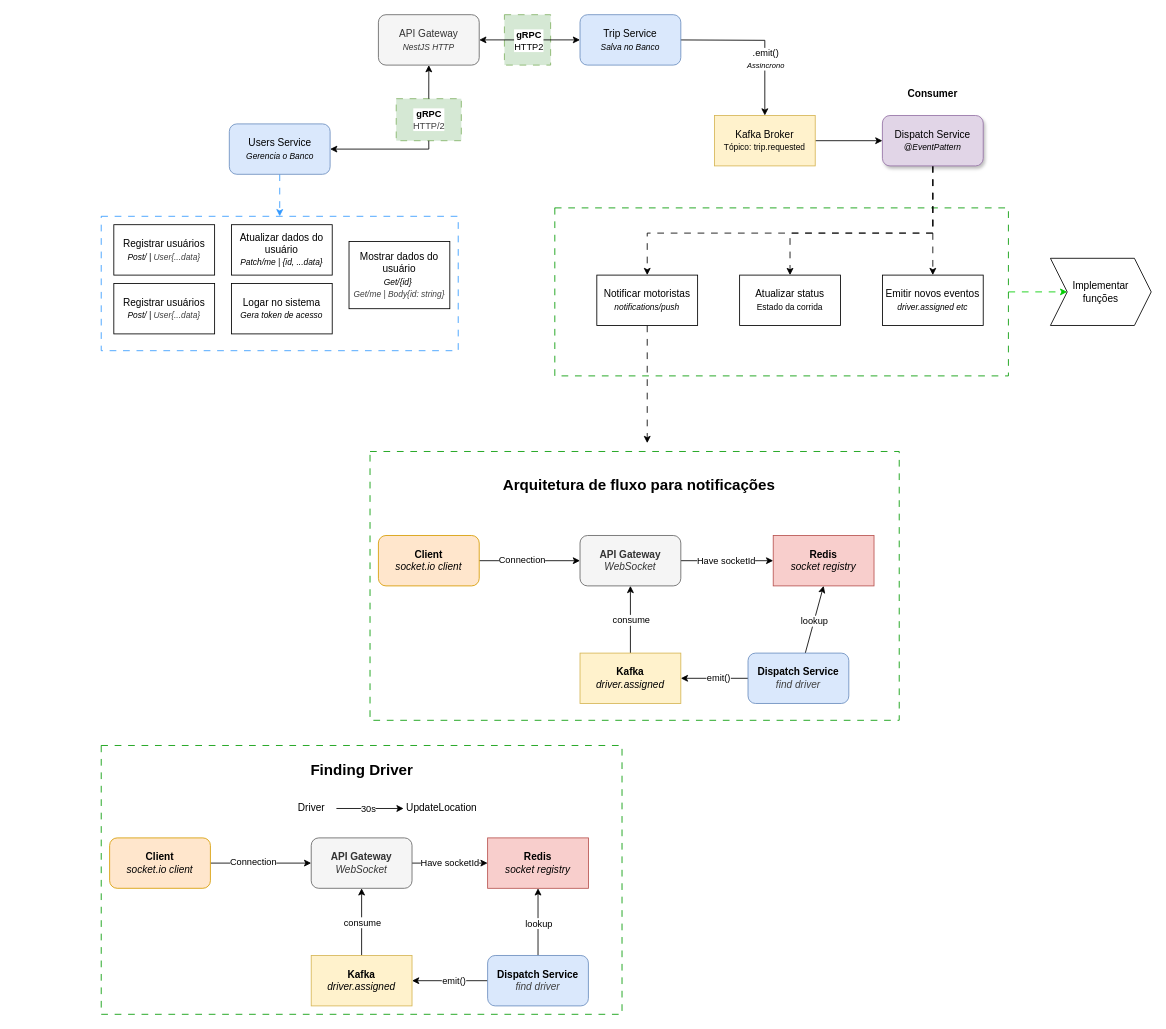
Earlier version of the draw.io diagram trip.requested.drawio (MathVans/Uber_Microsservices). Source tidied: cells renumbered, new cells numbered last; positions are measured from the earlier drawing's top-left corner, leaving out a move shared by most shapes. Both pictures are drawn from the tidied source at 84%, with x=0, y=0 at pixel (101, 14).
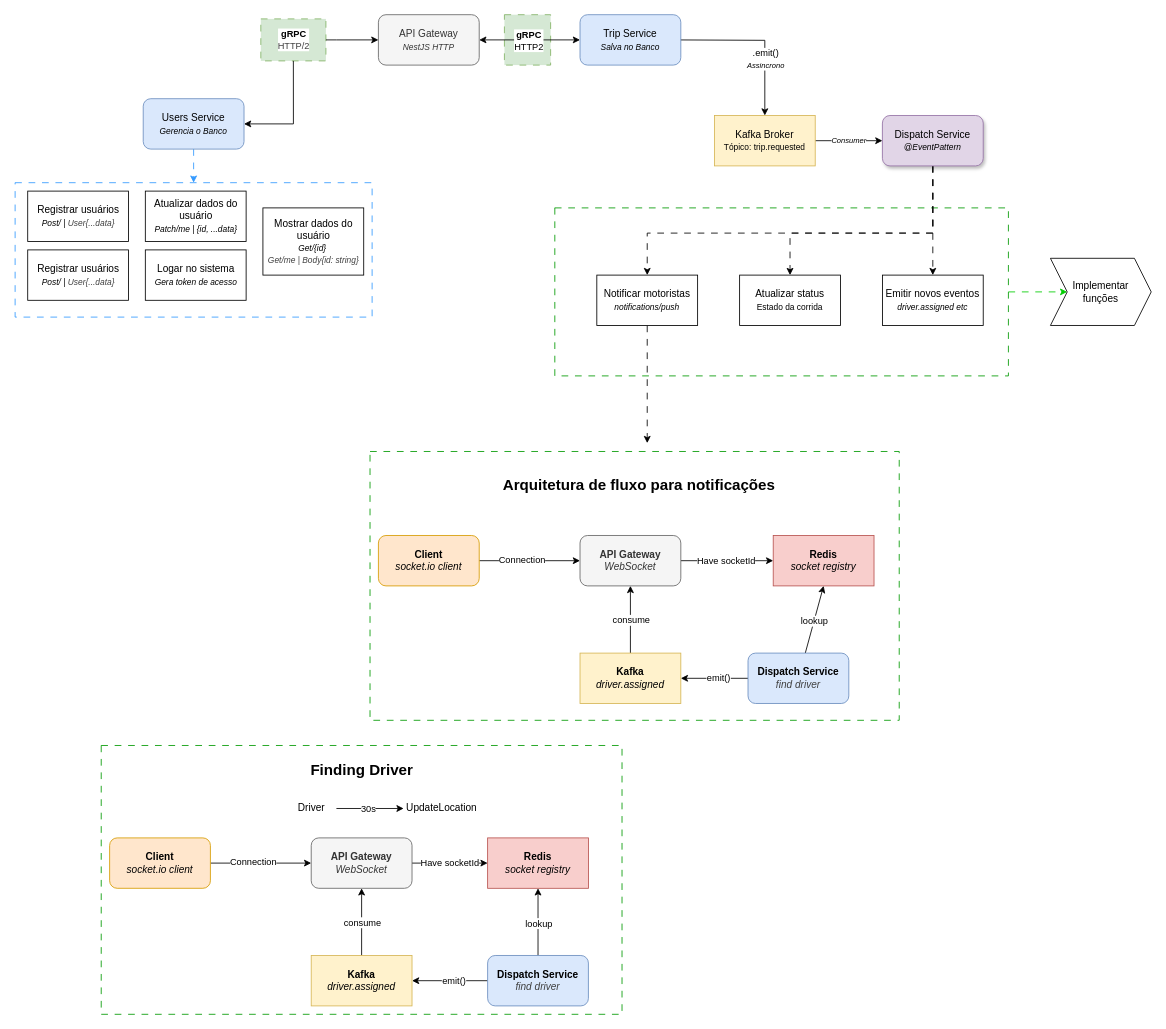
Above is the later version.

Unchanged cells that the change refers to:
```xml
<mxCell id="8" value="API Gateway&lt;div&gt;&lt;i&gt;&lt;font style=&quot;font-size: 10px;&quot;&gt;NestJS HTTP&lt;/font&gt;&lt;/i&gt;&lt;/div&gt;" style="rounded=1;whiteSpace=wrap;html=1;fillColor=#f5f5f5;fontColor=#333333;strokeColor=#666666;" parent="1" vertex="1">
  <mxGeometry x="330" width="120" height="60" as="geometry" />
</mxCell>
<mxCell id="9" style="edgeStyle=orthogonalEdgeStyle;rounded=0;jettySize=auto;html=1;entryX=0;entryY=0.5;entryDx=0;entryDy=0;" parent="1" edge="1" source="10" target="17">
  <mxGeometry relative="1" as="geometry" />
</mxCell>
```

What changed in the source:
```diff
@@
     <mxCell id="2" style="rounded=0;whiteSpace=wrap;html=1;fillColor=#d5e8d4;dashed=1;dashPattern=8 8;shadow=0;glass=0;perimeterSpacing=0;strokeColor=#82b366;" parent="1" vertex="1">
-      <mxGeometry x="351.2" y="100" width="77.5" height="50" as="geometry" />
+      <mxGeometry x="190" y="5" width="77.5" height="50" as="geometry" />
     </mxCell>
     <mxCell id="3" style="rounded=0;whiteSpace=wrap;html=1;fillColor=none;dashed=1;dashPattern=8 8;shadow=0;glass=0;perimeterSpacing=0;strokeColor=light-dark(#3399FF,#FF0000);" parent="1" vertex="1">
-      <mxGeometry y="240" width="425" height="160" as="geometry" />
+      <mxGeometry x="-102.5" y="200" width="425" height="160" as="geometry" />
     </mxCell>
@@
+    <mxCell id="18" value="&lt;i&gt;&lt;font style=&quot;font-size: 9px;&quot;&gt;Consumer&lt;/font&gt;&lt;/i&gt;" style="edgeLabel;html=1;align=center;verticalAlign=middle;" parent="9" vertex="1">
+      <mxGeometry x="-0.03" y="2" relative="1" as="geometry" />
+    </mxCell>
@@
-    <mxCell id="18" value="Consumer" style="text;html=1;whiteSpace=wrap;strokeColor=none;fillColor=none;align=center;verticalAlign=middle;rounded=0;fontStyle=1;" parent="1" vertex="1">
-      <mxGeometry x="960" y="80" width="60" height="30" as="geometry" />
-    </mxCell>
@@
     <mxCell id="26" value="Users Service&lt;div&gt;&lt;i&gt;&lt;font style=&quot;font-size: 10px;&quot;&gt;Gerencia o Banco&lt;/font&gt;&lt;/i&gt;&lt;/div&gt;" style="rounded=1;whiteSpace=wrap;html=1;fillColor=#dae8fc;strokeColor=#6c8ebf;" parent="1" vertex="1">
-      <mxGeometry x="152.5" y="130" width="120" height="60" as="geometry" />
+      <mxGeometry x="50" y="100" width="120" height="60" as="geometry" />
     </mxCell>
@@
     <mxCell id="28" value="Registrar usuários&lt;br&gt;&lt;div&gt;&lt;i&gt;&lt;font style=&quot;font-size: 10px;&quot;&gt;Post/ |&amp;nbsp;&lt;/font&gt;&lt;/i&gt;&lt;i style=&quot;background-color: transparent; color: rgb(63, 63, 63); scrollbar-color: rgb(226, 226, 226) rgb(251, 251, 251);&quot;&gt;&lt;font style=&quot;color: rgb(63, 63, 63); scrollbar-color: rgb(226, 226, 226) rgb(251, 251, 251); font-size: 10px;&quot;&gt;User&lt;/font&gt;&lt;/i&gt;&lt;i style=&quot;color: rgb(63, 63, 63); background-color: transparent;&quot;&gt;&lt;font style=&quot;font-size: 10px;&quot;&gt;{...data}&lt;/font&gt;&lt;/i&gt;&lt;/div&gt;" style="rounded=0;whiteSpace=wrap;html=1;" parent="1" vertex="1">
-      <mxGeometry x="15" y="250" width="120" height="60" as="geometry" />
+      <mxGeometry x="-87.5" y="210" width="120" height="60" as="geometry" />
     </mxCell>
     <mxCell id="29" value="Logar no sistema&lt;br&gt;&lt;div&gt;&lt;span style=&quot;font-size: 10px;&quot;&gt;&lt;i&gt;Gera token de acesso&lt;/i&gt;&lt;/span&gt;&lt;/div&gt;" style="rounded=0;whiteSpace=wrap;html=1;" parent="1" vertex="1">
-      <mxGeometry x="155" y="320" width="120" height="60" as="geometry" />
+      <mxGeometry x="52.5" y="280" width="120" height="60" as="geometry" />
     </mxCell>
     <mxCell id="30" value="Mostrar dados do usuário&lt;br&gt;&lt;div&gt;&lt;span style=&quot;font-size: 10px;&quot;&gt;&lt;i&gt;Get/{id}&amp;nbsp;&lt;/i&gt;&lt;/span&gt;&lt;/div&gt;&lt;div&gt;&lt;i style=&quot;color: rgb(63, 63, 63); scrollbar-color: rgb(226, 226, 226) rgb(251, 251, 251); font-size: 10px;&quot;&gt;Get/me | Body{id: string}&lt;/i&gt;&lt;/div&gt;" style="rounded=0;whiteSpace=wrap;html=1;" parent="1" vertex="1">
-      <mxGeometry x="295" y="270" width="120" height="80" as="geometry" />
+      <mxGeometry x="192.5" y="230" width="120" height="80" as="geometry" />
     </mxCell>
     <mxCell id="31" value="Atualizar dados do usuário&lt;br&gt;&lt;div&gt;&lt;span style=&quot;font-size: 10px;&quot;&gt;&lt;i&gt;Patch/me | {id, ...data}&lt;/i&gt;&lt;/span&gt;&lt;/div&gt;" style="rounded=0;whiteSpace=wrap;html=1;" parent="1" vertex="1">
-      <mxGeometry x="155" y="250" width="120" height="60" as="geometry" />
+      <mxGeometry x="52.5" y="210" width="120" height="60" as="geometry" />
     </mxCell>
-    <mxCell id="32" style="endArrow=none;html=1;exitX=0.5;exitY=1;exitDx=0;exitDy=0;entryX=0.5;entryY=0;entryDx=0;entryDy=0;edgeStyle=orthogonalEdgeStyle;elbow=horizontal;rounded=0;endFill=0;startArrow=classic;startFill=1;flowAnimation=1;" parent="1" edge="1" source="8" target="2">
-      <mxGeometry x="-0.45" relative="1" as="geometry" />
+    <mxCell id="32" style="endArrow=none;html=1;exitX=0;exitY=0.5;exitDx=0;exitDy=0;entryX=1;entryY=0.5;entryDx=0;entryDy=0;edgeStyle=orthogonalEdgeStyle;elbow=horizontal;rounded=0;endFill=0;startArrow=classic;startFill=1;flowAnimation=1;" parent="1" edge="1" source="8" target="2">
+      <mxGeometry x="-0.45" relative="1" as="geometry">
+        <Array as="points">
+          <mxPoint x="280" y="30" />
+          <mxPoint x="280" y="30" />
+        </Array>
+      </mxGeometry>
     </mxCell>
     <mxCell id="33" value="Registrar usuários&lt;br&gt;&lt;div&gt;&lt;i&gt;&lt;font style=&quot;font-size: 10px;&quot;&gt;Post/ |&amp;nbsp;&lt;/font&gt;&lt;/i&gt;&lt;i style=&quot;background-color: transparent; color: rgb(63, 63, 63); scrollbar-color: rgb(226, 226, 226) rgb(251, 251, 251);&quot;&gt;&lt;font style=&quot;color: rgb(63, 63, 63); scrollbar-color: rgb(226, 226, 226) rgb(251, 251, 251); font-size: 10px;&quot;&gt;User&lt;/font&gt;&lt;/i&gt;&lt;i style=&quot;color: rgb(63, 63, 63); background-color: transparent;&quot;&gt;&lt;font style=&quot;font-size: 10px;&quot;&gt;{...data}&lt;/font&gt;&lt;/i&gt;&lt;/div&gt;" style="rounded=0;whiteSpace=wrap;html=1;" parent="1" vertex="1">
-      <mxGeometry x="15" y="320" width="120" height="60" as="geometry" />
+      <mxGeometry x="-87.5" y="280" width="120" height="60" as="geometry" />
     </mxCell>
```
